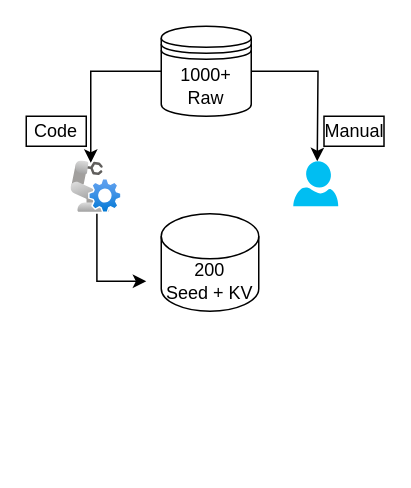
Earlier version of the draw.io diagram datapipeline.drawio (Zoisaang/test1). Source tidied: cells renumbered, new cells numbered last; positions are measured from the earlier drawing's top-left corner, leaving out a move shared by most shapes. Both pictures are drawn from the tidied source at 150%, with x=0, y=0 at pixel (26, 26). Pictures stored in the file or linked from it are replaced by grey dashed boxes.
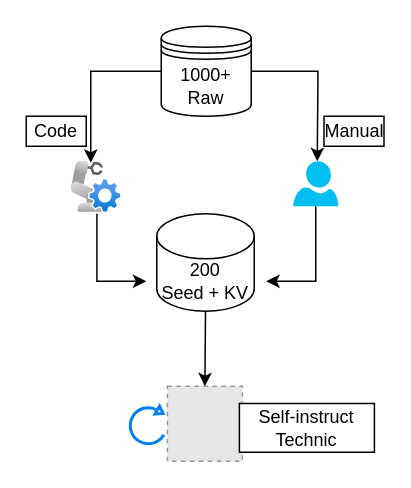
The same page after the edit.

Unchanged cells that the change refers to:
```xml
<mxCell id="7" style="verticalLabelPosition=bottom;html=1;verticalAlign=top;align=center;strokeColor=none;fillColor=#00BEF2;shape=mxgraph.azure.user;rounded=0;" parent="1" vertex="1">
  <mxGeometry x="178" y="90" width="30" height="30" as="geometry" />
</mxCell>
```

What changed in the source:
```diff
@@
     <mxCell id="10" value="200&lt;div&gt;Seed + KV&lt;/div&gt;" style="shape=cylinder3;whiteSpace=wrap;html=1;boundedLbl=1;backgroundOutline=1;size=15;" parent="1" vertex="1">
-      <mxGeometry x="90" y="125" width="65" height="65" as="geometry" />
+      <mxGeometry x="87" y="125" width="65" height="65" as="geometry" />
     </mxCell>
+    <mxCell id="11" style="endArrow=classic;html=1;rounded=0;exitX=0.5;exitY=1;exitDx=0;exitDy=0;exitPerimeter=0;" parent="1" edge="1" source="7">
+      <mxGeometry relative="1" as="geometry">
+        <mxPoint x="160" y="170" as="targetPoint" />
+        <Array as="points">
+          <mxPoint x="193" y="170" />
+        </Array>
+      </mxGeometry>
+    </mxCell>
+    <mxCell id="12" style="fillColor=#E6E6E6;strokeColor=#999999;dashed=1;html=1;verticalAlign=top;verticalLabelPosition=bottom;labelBackgroundColor=#ffffff;" parent="1" vertex="1">
+      <mxGeometry x="94.1" y="240" width="50" height="50" as="geometry" />
+    </mxCell>
+    <mxCell id="13" style="html=1;verticalLabelPosition=bottom;align=center;labelBackgroundColor=#ffffff;verticalAlign=top;strokeWidth=2;strokeColor=#0080F0;shadow=0;dashed=0;shape=mxgraph.ios7.icons.reload;rotation=30;" parent="1" vertex="1">
+      <mxGeometry x="70.1" y="251.5" width="24" height="27" as="geometry" />
+    </mxCell>
+    <mxCell id="14" value="Self-instruct Technic" style="whiteSpace=wrap;html=1;rounded=0;" parent="1" vertex="1">
+      <mxGeometry x="142.1" y="251.5" width="90" height="32.5" as="geometry" />
+    </mxCell>
+    <mxCell id="15" style="endArrow=classic;html=1;rounded=0;exitX=0.5;exitY=1;exitDx=0;exitDy=0;exitPerimeter=0;entryX=0.5;entryY=0;entryDx=0;entryDy=0;" parent="1" edge="1" source="10" target="12">
+      <mxGeometry relative="1" as="geometry" />
+    </mxCell>
```
